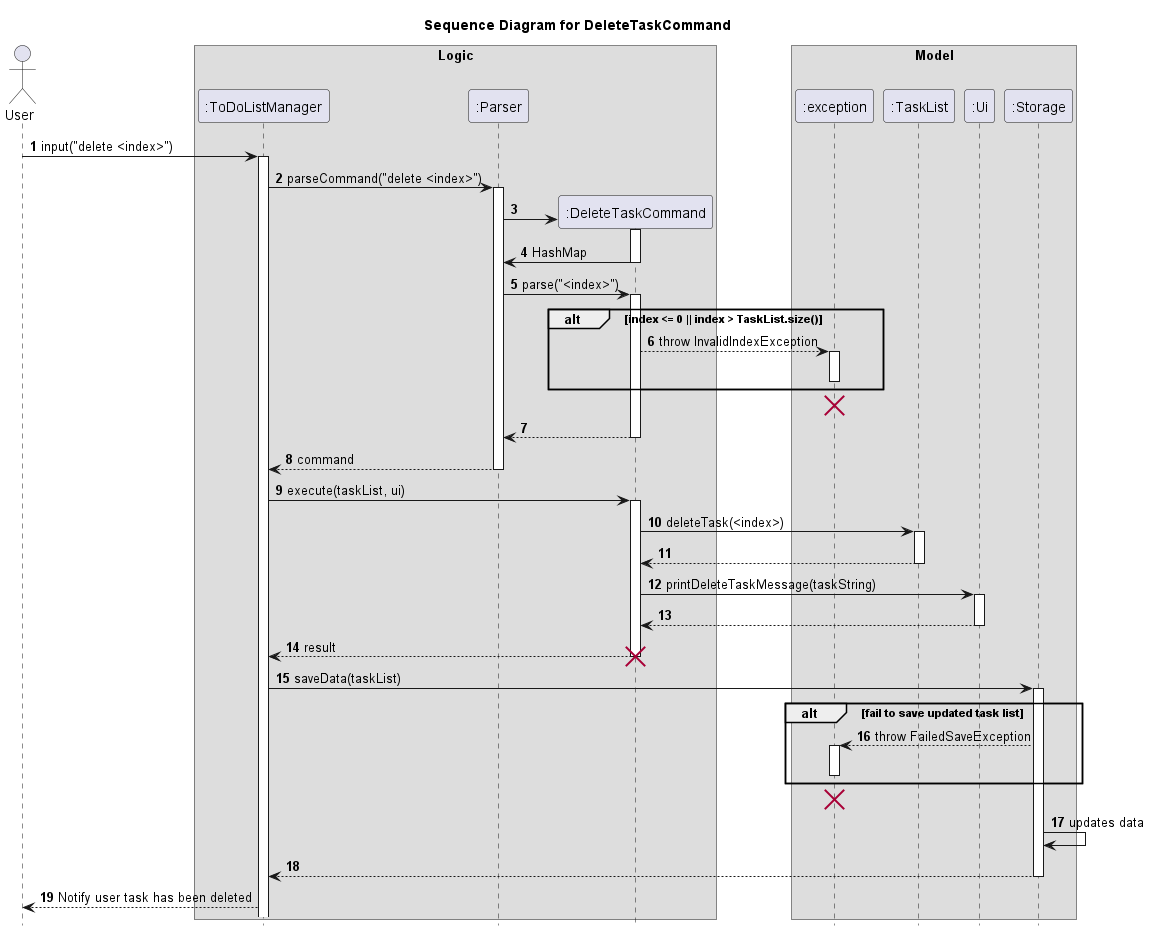
nus-cs2113-AY2223S2/tp keeps this PlantUML diagram as docs/images/DeleteTaskCommandSequence.png. Above is the earlier version. The source it was exported from:
```plantuml
@startuml

autonumber
hide footbox
title Sequence Diagram for DeleteTaskCommand

actor User

box Logic
participant ":ToDoListManager" as ToDoListManager
participant ":Parser" as Parser
participant ":DeleteTaskCommand" as DeleteTaskCommand
end box
box Model
participant ":exception" as exception
participant ":TaskList" as TaskList
participant ":Ui" as Ui
participant ":Storage" as Storage
end box

User -> ToDoListManager: input("delete <index>")
activate ToDoListManager
ToDoListManager -> Parser : parseCommand("delete <index>")
activate Parser
create DeleteTaskCommand
Parser -> DeleteTaskCommand
activate DeleteTaskCommand
DeleteTaskCommand -> Parser : HashMap
deactivate DeleteTaskCommand
Parser -> DeleteTaskCommand : parse("<index>")
activate DeleteTaskCommand
alt  index <= 0 || index > TaskList.size()
   DeleteTaskCommand --> exception : throw InvalidIndexException
   activate exception
   deactivate exception
end
destroy exception
DeleteTaskCommand --> Parser
deactivate DeleteTaskCommand
Parser --> ToDoListManager : command
deactivate Parser
ToDoListManager -> DeleteTaskCommand : execute(taskList, ui)
activate DeleteTaskCommand
DeleteTaskCommand -> TaskList: deleteTask(<index>)
activate TaskList
TaskList --> DeleteTaskCommand
deactivate TaskList
DeleteTaskCommand -> Ui : printDeleteTaskMessage(taskString)
activate Ui
Ui --> DeleteTaskCommand
deactivate Ui
DeleteTaskCommand --> ToDoListManager : result
deactivate DeleteTaskCommand
destroy DeleteTaskCommand
ToDoListManager ->Storage : saveData(taskList)
activate Storage
alt  fail to save updated task list
   Storage --> exception : throw FailedSaveException
   activate exception
   deactivate exception
end
destroy exception
Storage -> Storage : updates data
Storage --> ToDoListManager
deactivate Storage
ToDoListManager --> User : Notify user task has been deleted

@enduml
```
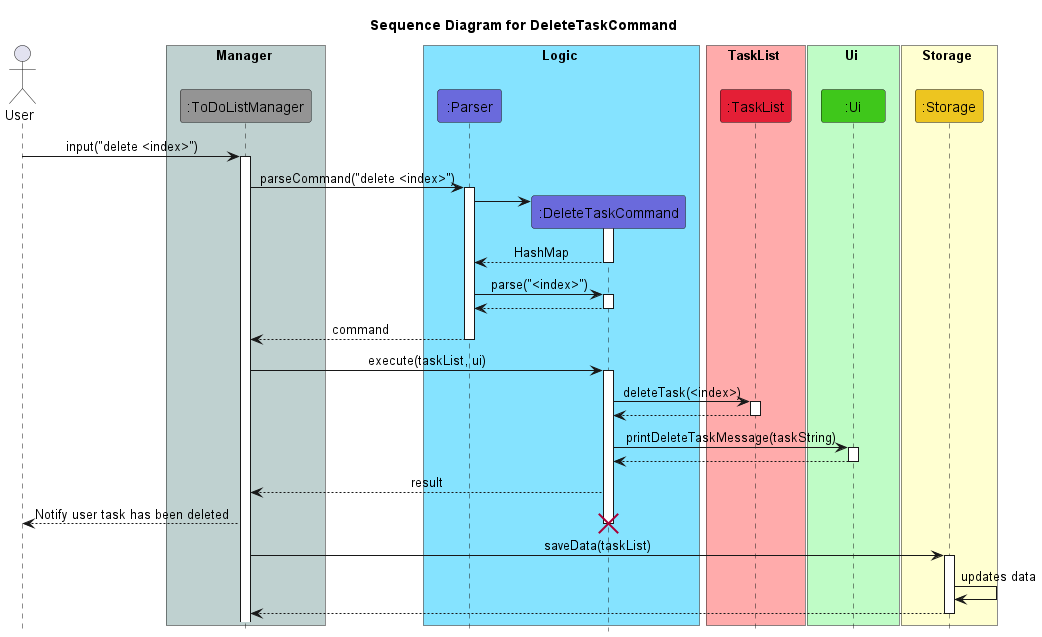
The same diagram one commit later.

Change to the diagram source:
```diff
@@ -1,21 +1,29 @@
 @startuml
+!include Style.puml
 
-autonumber
-hide footbox
 title Sequence Diagram for DeleteTaskCommand
 
 actor User
 
-box Logic
-participant ":ToDoListManager" as ToDoListManager
-participant ":Parser" as Parser
-participant ":DeleteTaskCommand" as DeleteTaskCommand
+box Manager COLOR_MAIN_LIGHT
+participant ":ToDoListManager" as ToDoListManager COLOR_MAIN
 end box
-box Model
-participant ":exception" as exception
-participant ":TaskList" as TaskList
-participant ":Ui" as Ui
-participant ":Storage" as Storage
+
+box Logic COLOR_LOGIC_LIGHT
+participant ":Parser" as Parser COLOR_LOGIC
+participant ":DeleteTaskCommand" as DeleteTaskCommand COLOR_LOGIC
+end box
+
+box TaskList COLOR_TASK_LIST_LIGHT
+participant ":TaskList" as TaskList COLOR_TASK_LIST
+end box
+
+box Ui COLOR_UI_LIGHT
+participant ":Ui" as Ui COLOR_UI
+end box
+
+box Storage COLOR_STORAGE_LIGHT
+participant ":Storage" as Storage COLOR_STORAGE
 end box
 
 User -> ToDoListManager: input("delete <index>")
@@ -25,16 +33,10 @@
 create DeleteTaskCommand
 Parser -> DeleteTaskCommand
 activate DeleteTaskCommand
-DeleteTaskCommand -> Parser : HashMap
+DeleteTaskCommand --> Parser : HashMap
 deactivate DeleteTaskCommand
 Parser -> DeleteTaskCommand : parse("<index>")
 activate DeleteTaskCommand
-alt  index <= 0 || index > TaskList.size()
-   DeleteTaskCommand --> exception : throw InvalidIndexException
-   activate exception
-   deactivate exception
-end
-destroy exception
 DeleteTaskCommand --> Parser
 deactivate DeleteTaskCommand
 Parser --> ToDoListManager : command
@@ -50,19 +52,13 @@
 Ui --> DeleteTaskCommand
 deactivate Ui
 DeleteTaskCommand --> ToDoListManager : result
+ToDoListManager --> User : Notify user task has been deleted
 deactivate DeleteTaskCommand
 destroy DeleteTaskCommand
 ToDoListManager ->Storage : saveData(taskList)
 activate Storage
-alt  fail to save updated task list
-   Storage --> exception : throw FailedSaveException
-   activate exception
-   deactivate exception
-end
-destroy exception
 Storage -> Storage : updates data
 Storage --> ToDoListManager
 deactivate Storage
-ToDoListManager --> User : Notify user task has been deleted
 
 @enduml
```
